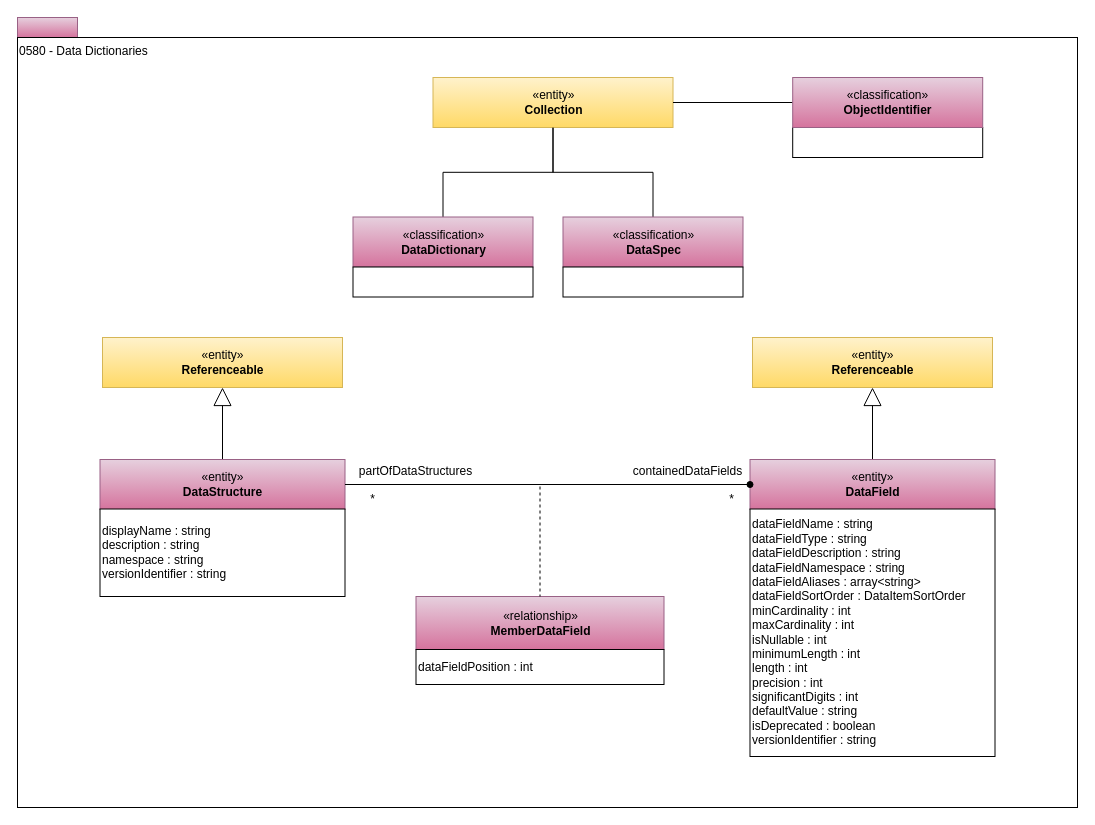
Above: page "0580-Data-Dictionaries" (34 of 36) of site/docs/types/5/area-5-models-and-schema.drawio in odpi/egeria-docs (draw.io), before the change. Source tidied: cells renumbered, new cells numbered last; positions are measured from the earlier drawing's top-left corner, leaving out a move shared by most shapes. Both pictures are drawn from the tidied source at 100%, with x=0, y=0 at pixel (17, 17).
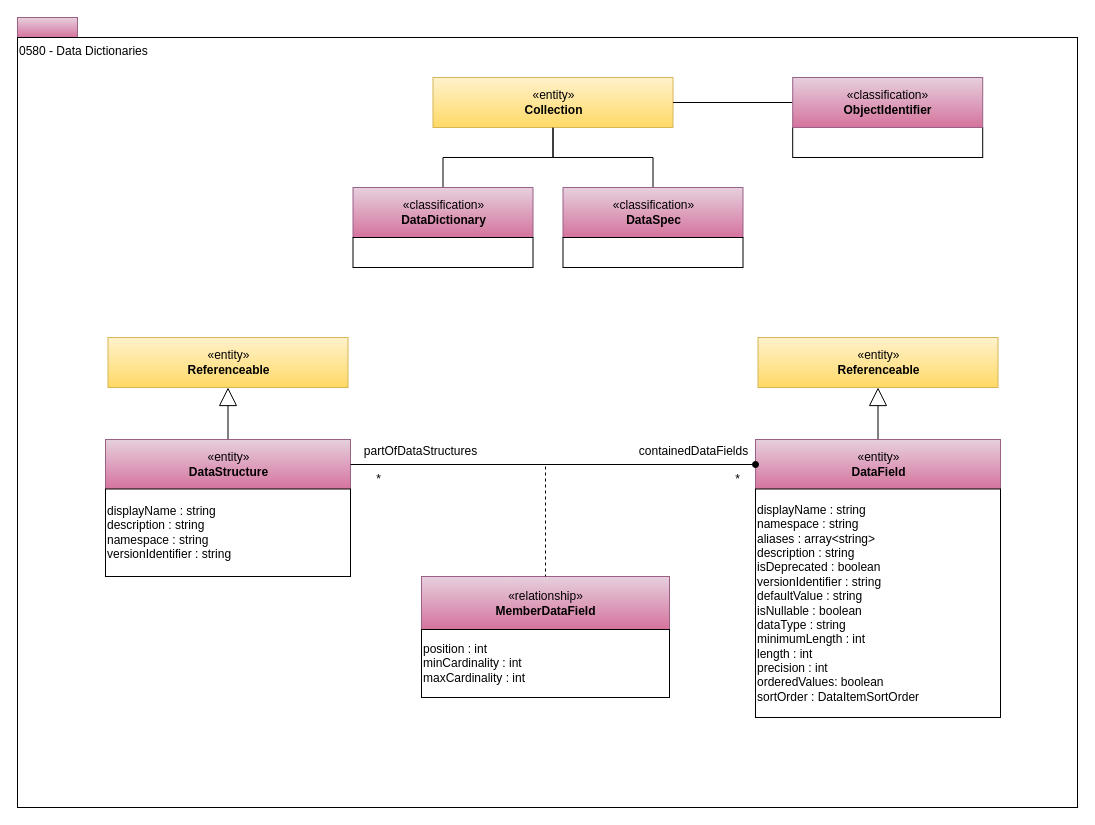
Above is the later version.

Change to the diagram source:
```diff
@@
     <mxCell id="5" value="«entity»&lt;br&gt;&lt;b&gt;DataStructure&lt;/b&gt;" style="html=1;strokeColor=#996185;align=center;fillColor=#e6d0de;gradientColor=#d5739d;" parent="1" vertex="1">
-      <mxGeometry x="82.5" y="442" width="245" height="50" as="geometry" />
+      <mxGeometry x="88" y="422" width="245" height="50" as="geometry" />
     </mxCell>
     <mxCell id="6" value="displayName : string&lt;br&gt;description : string&lt;br&gt;namespace : string&lt;div&gt;versionIdentifier : string&lt;br&gt;&lt;/div&gt;" style="rounded=0;whiteSpace=wrap;html=1;align=left;" parent="1" vertex="1">
-      <mxGeometry x="82.5" y="491.5" width="245" height="87.5" as="geometry" />
+      <mxGeometry x="88" y="471.5" width="245" height="87.5" as="geometry" />
     </mxCell>
     <mxCell id="7" value="«entity»&lt;br&gt;&lt;b&gt;Referenceable&lt;/b&gt;" style="html=1;strokeColor=#d6b656;align=center;fillColor=#fff2cc;gradientColor=#ffd966;" parent="1" vertex="1">
-      <mxGeometry x="85" y="320" width="240" height="50" as="geometry" />
+      <mxGeometry x="90.5" y="320" width="240" height="50" as="geometry" />
     </mxCell>
@@
     <mxCell id="10" value="«classification»&lt;br&gt;&lt;b&gt;DataSpec&lt;/b&gt;" style="html=1;strokeColor=#996185;align=center;fillColor=#e6d0de;gradientColor=#d5739d;" parent="1" vertex="1">
-      <mxGeometry x="545.5" y="199.5" width="180" height="50" as="geometry" />
+      <mxGeometry x="545.5" y="170" width="180" height="50" as="geometry" />
     </mxCell>
     <mxCell id="11" style="rounded=0;whiteSpace=wrap;html=1;align=left;" parent="1" vertex="1">
-      <mxGeometry x="545.5" y="249.5" width="180" height="30" as="geometry" />
+      <mxGeometry x="545.5" y="220" width="180" height="30" as="geometry" />
     </mxCell>
@@
     <mxCell id="13" value="«entity»&lt;br&gt;&lt;b&gt;DataField&lt;/b&gt;" style="html=1;strokeColor=#996185;align=center;fillColor=#e6d0de;gradientColor=#d5739d;" parent="1" vertex="1">
-      <mxGeometry x="732.5" y="442" width="245" height="50" as="geometry" />
+      <mxGeometry x="738" y="422" width="245" height="50" as="geometry" />
     </mxCell>
-    <mxCell id="14" value="dataFieldName : string&lt;br&gt;dataFieldType : string&lt;br&gt;dataFieldDescription : string&lt;br&gt;dataFieldNamespace : string&lt;br&gt;dataFieldAliases : array&amp;lt;string&amp;gt;&lt;br&gt;dataFieldSortOrder : DataItemSortOrder&lt;br&gt;minCardinality : int&lt;br&gt;maxCardinality : int&lt;br&gt;isNullable : int&lt;br&gt;minimumLength : int&lt;br&gt;length : int&lt;br&gt;precision : int&lt;br&gt;significantDigits : int&lt;br&gt;defaultValue : string&lt;div&gt;isDeprecated : boolean&lt;br&gt;versionIdentifier : string&lt;/div&gt;" style="rounded=0;whiteSpace=wrap;html=1;align=left;" parent="1" vertex="1">
-      <mxGeometry x="732.5" y="491.5" width="245" height="247.5" as="geometry" />
+    <mxCell id="14" value="displayName : string&lt;div&gt;namespace : string&lt;/div&gt;&lt;div&gt;aliases : array&amp;lt;string&amp;gt;&lt;br&gt;description : string&lt;/div&gt;&lt;div&gt;isDeprecated : boolean&lt;br&gt;versionIdentifier : string&lt;/div&gt;&lt;div&gt;defaultValue : string&lt;div&gt;isNullable : boolean&lt;br&gt;&lt;/div&gt;&lt;/div&gt;&lt;div&gt;dataType : string&lt;br&gt;minimumLength : int&lt;br&gt;length : int&lt;br&gt;precision : int&lt;/div&gt;&lt;div&gt;&lt;span style=&quot;background-color: transparent; color: light-dark(rgb(0, 0, 0), rgb(255, 255, 255));&quot;&gt;orderedValues: boolean&lt;/span&gt;&lt;br&gt;&lt;/div&gt;&lt;div&gt;&lt;span style=&quot;background-color: transparent; color: light-dark(rgb(0, 0, 0), rgb(255, 255, 255));&quot;&gt;sortOrder : DataItemSortOrder&lt;/span&gt;&lt;/div&gt;" style="rounded=0;whiteSpace=wrap;html=1;align=left;" parent="1" vertex="1">
+      <mxGeometry x="738" y="471.5" width="245" height="228.5" as="geometry" />
     </mxCell>
     <mxCell id="15" value="«entity»&lt;br&gt;&lt;b&gt;Referenceable&lt;/b&gt;" style="html=1;strokeColor=#d6b656;align=center;fillColor=#fff2cc;gradientColor=#ffd966;" parent="1" vertex="1">
-      <mxGeometry x="735" y="320" width="240" height="50" as="geometry" />
+      <mxGeometry x="740.5" y="320" width="240" height="50" as="geometry" />
     </mxCell>
@@
     <mxCell id="17" value="«classification»&lt;br&gt;&lt;b&gt;DataDictionary&lt;/b&gt;" style="html=1;strokeColor=#996185;align=center;fillColor=#e6d0de;gradientColor=#d5739d;" parent="1" vertex="1">
-      <mxGeometry x="335.5" y="199.5" width="180" height="50" as="geometry" />
+      <mxGeometry x="335.5" y="170" width="180" height="50" as="geometry" />
     </mxCell>
     <mxCell id="18" style="rounded=0;whiteSpace=wrap;html=1;align=left;" parent="1" vertex="1">
-      <mxGeometry x="335.5" y="249.5" width="180" height="30" as="geometry" />
+      <mxGeometry x="335.5" y="220" width="180" height="30" as="geometry" />
     </mxCell>
     <mxCell id="19" value="«relationship»&lt;br&gt;&lt;b&gt;MemberDataField&lt;/b&gt;" style="html=1;strokeColor=#996185;align=center;fillColor=#e6d0de;gradientColor=#d5739d;" parent="1" vertex="1">
-      <mxGeometry x="398.5" y="579" width="248" height="53" as="geometry" />
+      <mxGeometry x="404" y="559" width="248" height="53" as="geometry" />
     </mxCell>
     <mxCell id="20" style="endArrow=none;dashed=1;html=1;" parent="1" edge="1" target="19">
       <mxGeometry relative="1" as="geometry">
-        <mxPoint x="522.5" y="469" as="sourcePoint" />
+        <mxPoint x="528" y="449" as="sourcePoint" />
       </mxGeometry>
     </mxCell>
-    <mxCell id="21" value="dataFieldPosition : int" style="rounded=0;whiteSpace=wrap;html=1;align=left;" parent="1" vertex="1">
-      <mxGeometry x="398.5" y="632" width="248" height="35" as="geometry" />
+    <mxCell id="21" value="position : int&lt;br&gt;minCardinality : int&lt;br&gt;maxCardinality : int" style="rounded=0;whiteSpace=wrap;html=1;align=left;" parent="1" vertex="1">
+      <mxGeometry x="404" y="612" width="248" height="68" as="geometry" />
     </mxCell>
     <mxCell id="22" value="partOfDataStructures" style="text;html=1;align=center;verticalAlign=middle;strokeColor=none;fillColor=none;" parent="1" vertex="1">
-      <mxGeometry x="327.5" y="439" width="140" height="30" as="geometry" />
+      <mxGeometry x="333" y="419" width="140" height="30" as="geometry" />
     </mxCell>
     <mxCell id="23" value="containedDataFields" style="text;html=1;align=center;verticalAlign=middle;strokeColor=none;fillColor=none;" parent="1" vertex="1">
-      <mxGeometry x="605" y="439" width="130" height="30" as="geometry" />
+      <mxGeometry x="610.5" y="419" width="130" height="30" as="geometry" />
     </mxCell>
     <mxCell id="24" value="*" style="text;html=1;align=center;verticalAlign=middle;strokeColor=none;fillColor=none;" parent="1" vertex="1">
-      <mxGeometry x="702.5" y="469" width="23" height="26" as="geometry" />
+      <mxGeometry x="708" y="449" width="23" height="26" as="geometry" />
     </mxCell>
     <mxCell id="25" value="*" style="text;html=1;align=center;verticalAlign=middle;strokeColor=none;fillColor=none;" parent="1" vertex="1">
-      <mxGeometry x="343.5" y="469" width="23" height="26" as="geometry" />
+      <mxGeometry x="349" y="449" width="23" height="26" as="geometry" />
     </mxCell>
```
